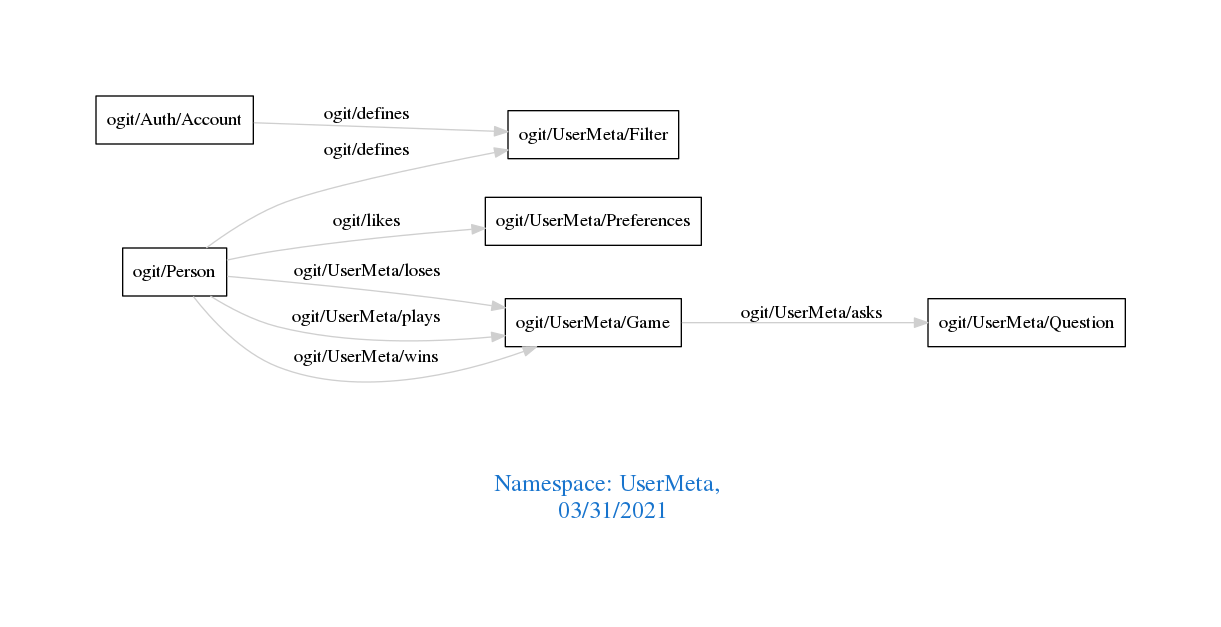
Earlier version of the Graphviz export downloads/UserMeta.png (arago/OGIT). Its source is kept beside it as downloads/UserMeta.dot.
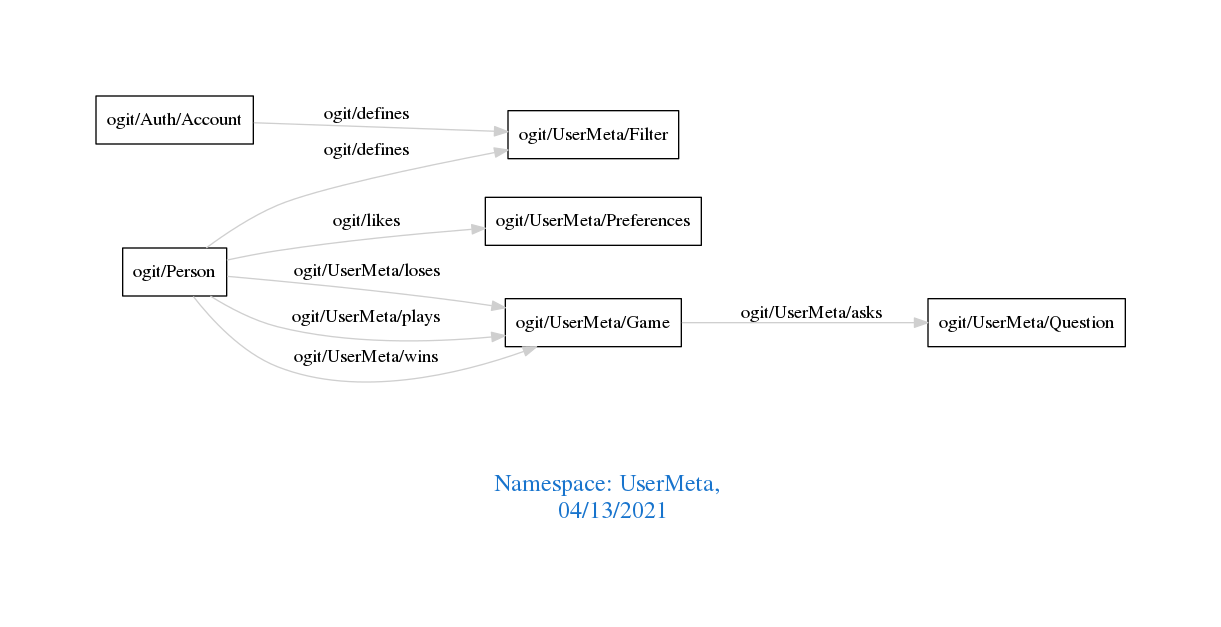
The same file after the commit.

Change to the diagram source:
```diff
@@ -1,7 +1,7 @@
 digraph OGIT_ontology {
  graph [ rankdir= LR,pad=1
 fontsize = 18,
-fontcolor= dodgerblue3,label = "\n\n\nNamespace: UserMeta, \n 03/31/2021"];
+fontcolor= dodgerblue3,label = "\n\n\nNamespace: UserMeta, \n 04/13/2021"];
 node[shape=polygon];
 edge [  color="gray81"];
 
```
